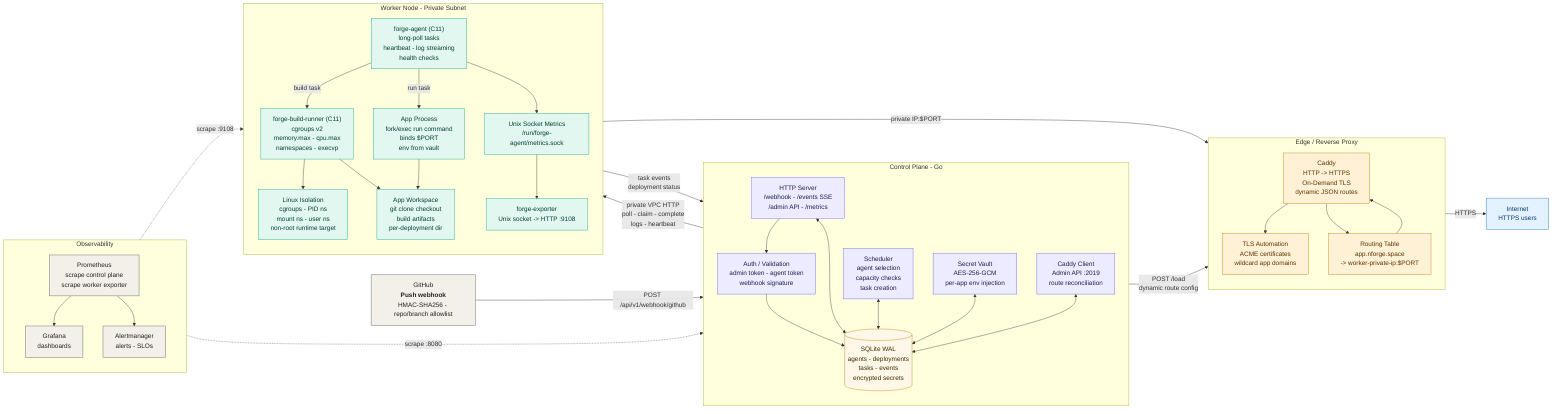
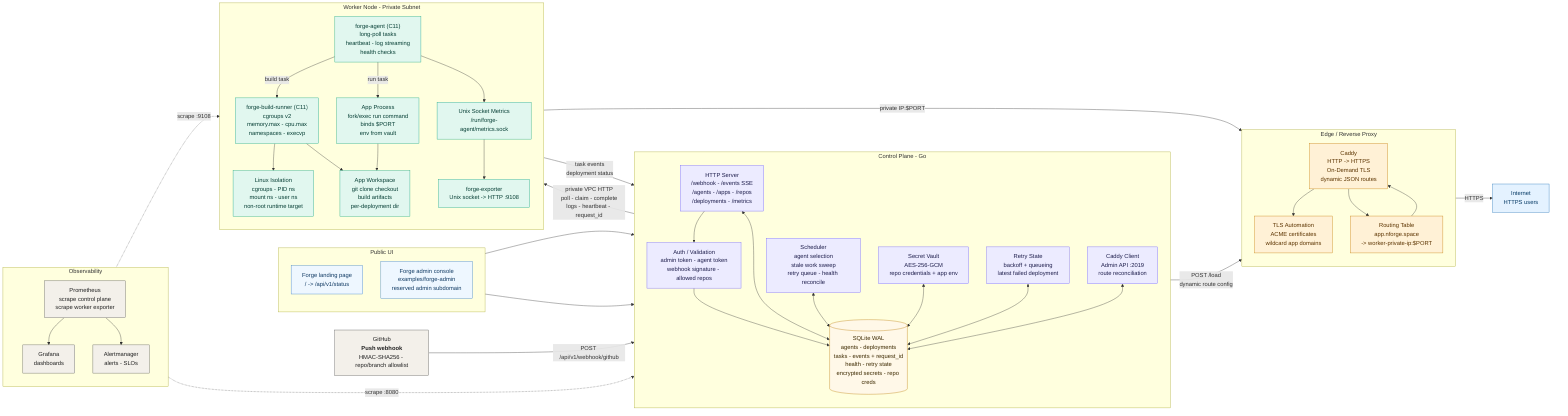
%%{init: { "theme": "default" }}%%

flowchart LR
+  subgraph UI["Public UI"]
+     direction TB
+         LAND["Forge landing page<br>/ -> /api/v1/status"]
+         ADMINAPP["Forge admin console<br>examples/forge-admin<br>reserved admin subdomain"]
+   end
 subgraph CP["Control Plane - Go"]
    direction TB
-         SRV["HTTP Server<br>/webhook - /events SSE<br>/admin API - /metrics"]
-         AUTH["Auth / Validation<br>admin token - agent token<br>webhook signature"]
-         SCH["Scheduler<br>agent selection<br>capacity checks<br>task creation"]
-         VAULT["Secret Vault<br>AES-256-GCM<br>per-app env injection"]
-         DB[("SQLite WAL<br>agents - deployments<br>tasks - events<br>encrypted secrets")]
+         SRV["HTTP Server<br>/webhook - /events SSE<br>/agents - /apps - /repos<br>/deployments - /metrics"]
+         AUTH["Auth / Validation<br>admin token - agent token<br>webhook signature - allowed repos"]
+         SCH["Scheduler<br>agent selection<br>stale work sweep<br>retry queue - health reconcile"]
+         VAULT["Secret Vault<br>AES-256-GCM<br>repo credentials + app env"]
+         DB[("SQLite WAL<br>agents - deployments<br>tasks - events + request_id<br>health - retry state<br>encrypted secrets - repo creds")]
        CADCLI["Caddy Client<br>Admin API :2019<br>route reconciliation"]
+         RETRY["Retry State<br>backoff + queueing<br>latest failed deployment"]
  end
 subgraph WK["Worker Node - Private Subnet"]
    direction TB
        APP["App Process<br>fork/exec run command<br>binds $PORT<br>env from vault"]
        AGT["forge-agent (C11)<br>long-poll tasks<br>heartbeat - log streaming<br>health checks"]
        RUNNER["forge-build-runner (C11)<br>cgroups v2<br>memory.max - cpu.max<br>namespaces - execvp"]
        CG["Linux Isolation<br>cgroups - PID ns<br>mount ns - user ns<br>non-root runtime target"]
        SOCK["Unix Socket Metrics<br>/run/forge-agent/metrics.sock"]
        EXP["forge-exporter<br>Unix socket -> HTTP :9108"]
        FS["App Workspace<br>git clone checkout<br>build artifacts<br>per-deployment dir"]
  end
 subgraph EDGE["Edge / Reverse Proxy"]
    direction TB
        CDY["Caddy<br>HTTP -> HTTPS<br>On-Demand TLS<br>dynamic JSON routes"]
        TLS["TLS Automation<br>ACME certificates<br>wildcard app domains"]
        ROUTE["Routing Table<br>app.nforge.space<br>-> worker-private-ip:$PORT"]
  end
 subgraph OBS["Observability"]
    direction TB
        PROM["Prometheus<br>scrape control plane<br>scrape worker exporter"]
        GRAF["Grafana<br>dashboards"]
        AM["Alertmanager<br>alerts - SLOs"]
  end
+     LAND --> SRV
+     ADMINAPP --> SRV
    SRV --> AUTH
    AUTH --> DB
    SRV <--> DB
    SCH <--> DB
    VAULT <--> DB
+     RETRY <--> DB
    CADCLI <--> DB
    AGT -- build task --> RUNNER
    RUNNER --> CG & FS
    AGT -- run task --> APP
    AGT --> SOCK
    SOCK --> EXP
    APP --> FS
    CDY --> TLS & ROUTE
    PROM --> GRAF & AM
    GH["GitHub<br><b>Push webhook</b><br>HMAC-SHA256 - repo/branch allowlist"] -- POST /api/v1/webhook/github --> SRV
-     SRV -- "private VPC HTTP<br>poll - claim - complete<br>logs - heartbeat" --> AGT
+     SRV -- "private VPC HTTP<br>poll - claim - complete<br>logs - heartbeat - request_id" --> AGT
    AGT -- task events<br>deployment status --> SRV
    CADCLI -- POST /load<br>dynamic route config --> CDY
    APP -- private IP:$PORT --> ROUTE
    ROUTE --> CDY
    CDY -- HTTPS --> NET["Internet<br>HTTPS users"]
    PROM -. scrape :8080 .-> SRV
    PROM -. scrape :9108 .-> EXP

+      LAND:::public
+      ADMINAPP:::public
     SRV:::control
     AUTH:::control
     SCH:::control
     VAULT:::control
+      RETRY:::control
     DB:::data
     CADCLI:::control
     AGT:::worker
     RUNNER:::worker
     CG:::worker
     APP:::worker
     SOCK:::worker
     EXP:::worker
     FS:::worker
     CDY:::edge
     TLS:::edge
     ROUTE:::edge
     PROM:::obs
     GRAF:::obs
     AM:::obs
     GH:::external
     NET:::internet
    classDef external fill:#f3f0ea,stroke:#555,color:#222
+     classDef public fill:#eef7ff,stroke:#3178c6,color:#103a63
    classDef control fill:#ecebff,stroke:#6d5dfc,color:#1f1f4d
    classDef worker fill:#e1f7ef,stroke:#10a37f,color:#063f35
    classDef edge fill:#fff1d6,stroke:#c47a00,color:#5c3400
    classDef obs fill:#f3f0ea,stroke:#555,color:#222
    classDef internet fill:#e4f2ff,stroke:#1d72b8,color:#073b66
    classDef data fill:#fff8e8,stroke:#b87900,color:#3d2a00